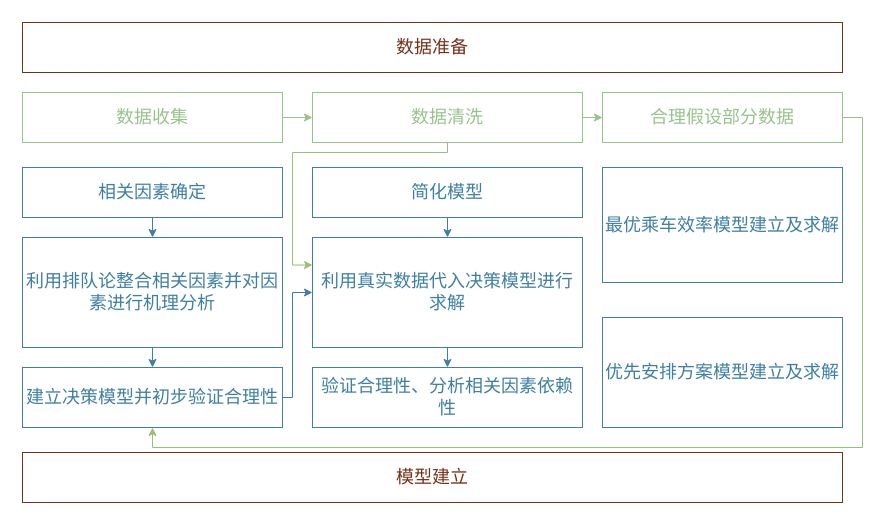
Earlier version of the draw.io diagram flowgraph/flow.drawio (RyunMi/Math-model-code). Source tidied: cells renumbered, new cells numbered last; positions are measured from the earlier drawing's top-left corner, leaving out a move shared by most shapes. Both pictures are drawn from the tidied source at 100%, with x=0, y=0 at pixel (22, 22).
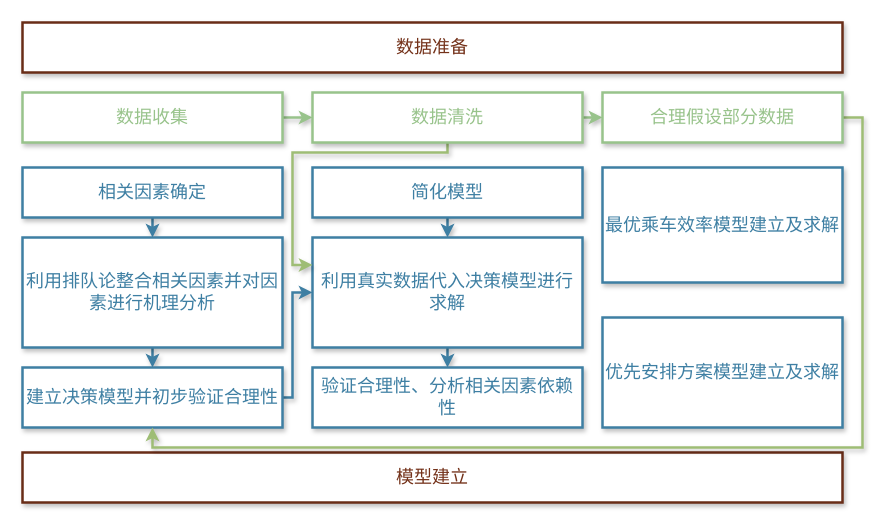
Above is the later version.

What changed in the source:
```diff
@@
-    <mxCell id="2" value="&lt;font color=&quot;#74321a&quot; style=&quot;font-size: 18px&quot;&gt;模型建立&lt;/font&gt;" style="rounded=0;whiteSpace=wrap;html=1;fillColor=#FFFFFF;strokeColor=#74321A;" parent="1" vertex="1">
+    <mxCell id="2" value="&lt;font color=&quot;#74321a&quot; style=&quot;font-size: 18px&quot;&gt;模型建立&lt;/font&gt;" style="rounded=0;whiteSpace=wrap;html=1;fillColor=#FFFFFF;strokeColor=#692D17;shadow=1;strokeWidth=2.5;" parent="1" vertex="1">
       <mxGeometry y="430" width="820" height="50" as="geometry" />
     </mxCell>
-    <mxCell id="3" style="edgeStyle=orthogonalEdgeStyle;rounded=0;jettySize=auto;html=1;exitX=0.5;exitY=1;exitDx=0;exitDy=0;entryX=0.5;entryY=0;entryDx=0;entryDy=0;strokeColor=#3E7FA3;" parent="1" edge="1" source="4" target="9">
+    <mxCell id="3" style="edgeStyle=orthogonalEdgeStyle;rounded=0;jettySize=auto;html=1;exitX=0.5;exitY=1;exitDx=0;exitDy=0;entryX=0.5;entryY=0;entryDx=0;entryDy=0;strokeColor=#3E7FA3;shadow=1;strokeWidth=2.5;" parent="1" edge="1" source="4" target="9">
       <mxGeometry relative="1" as="geometry" />
     </mxCell>
-    <mxCell id="4" value="&lt;font style=&quot;font-size: 18px&quot; color=&quot;#3e7fa3&quot;&gt;相关因素确定&lt;/font&gt;" style="rounded=0;whiteSpace=wrap;html=1;strokeColor=#3E7FA3;" parent="1" vertex="1">
+    <mxCell id="4" value="&lt;font style=&quot;font-size: 18px&quot; color=&quot;#3e7fa3&quot;&gt;相关因素确定&lt;/font&gt;" style="rounded=0;whiteSpace=wrap;html=1;strokeColor=#3E7FA3;shadow=1;strokeWidth=2.5;" parent="1" vertex="1">
       <mxGeometry y="145" width="260" height="50" as="geometry" />
     </mxCell>
-    <mxCell id="5" style="edgeStyle=orthogonalEdgeStyle;rounded=0;jettySize=auto;html=1;exitX=0.5;exitY=1;exitDx=0;exitDy=0;entryX=0.5;entryY=0;entryDx=0;entryDy=0;strokeColor=#3E7FA3;" parent="1" edge="1" source="6" target="13">
+    <mxCell id="5" style="edgeStyle=orthogonalEdgeStyle;rounded=0;jettySize=auto;html=1;exitX=0.5;exitY=1;exitDx=0;exitDy=0;entryX=0.5;entryY=0;entryDx=0;entryDy=0;strokeColor=#3E7FA3;shadow=1;strokeWidth=2.5;" parent="1" edge="1" source="6" target="13">
       <mxGeometry relative="1" as="geometry" />
     </mxCell>
-    <mxCell id="6" value="&lt;span style=&quot;color: rgb(62 , 127 , 163) ; font-family: &amp;#34;helvetica&amp;#34; ; font-size: 18px ; font-style: normal ; font-weight: 400 ; letter-spacing: normal ; text-align: center ; text-indent: 0px ; text-transform: none ; word-spacing: 0px ; background-color: rgb(255 , 255 , 255) ; display: inline ; float: none&quot;&gt;简化模型&lt;/span&gt;" style="rounded=0;whiteSpace=wrap;html=1;strokeColor=#3E7FA3;" parent="1" vertex="1">
+    <mxCell id="6" value="&lt;span style=&quot;color: rgb(62 , 127 , 163) ; font-family: &amp;#34;helvetica&amp;#34; ; font-size: 18px ; font-style: normal ; font-weight: 400 ; letter-spacing: normal ; text-align: center ; text-indent: 0px ; text-transform: none ; word-spacing: 0px ; background-color: rgb(255 , 255 , 255) ; display: inline ; float: none&quot;&gt;简化模型&lt;/span&gt;" style="rounded=0;whiteSpace=wrap;html=1;strokeColor=#3E7FA3;shadow=1;strokeWidth=2.5;" parent="1" vertex="1">
       <mxGeometry x="290" y="145" width="270" height="50" as="geometry" />
     </mxCell>
-    <mxCell id="7" value="&lt;span style=&quot;color: rgb(62 , 127 , 163) ; font-family: &amp;#34;helvetica&amp;#34; ; font-size: 18px ; font-style: normal ; font-weight: 400 ; letter-spacing: normal ; text-align: center ; text-indent: 0px ; text-transform: none ; word-spacing: 0px ; background-color: rgb(255 , 255 , 255) ; display: inline ; float: none&quot;&gt;最优乘车效率模型建立及求解&lt;/span&gt;" style="rounded=0;whiteSpace=wrap;html=1;strokeColor=#3E7FA3;" parent="1" vertex="1">
+    <mxCell id="7" value="&lt;span style=&quot;color: rgb(62 , 127 , 163) ; font-family: &amp;#34;helvetica&amp;#34; ; font-size: 18px ; font-style: normal ; font-weight: 400 ; letter-spacing: normal ; text-align: center ; text-indent: 0px ; text-transform: none ; word-spacing: 0px ; background-color: rgb(255 , 255 , 255) ; display: inline ; float: none&quot;&gt;最优乘车效率模型建立及求解&lt;/span&gt;" style="rounded=0;whiteSpace=wrap;html=1;strokeColor=#3E7FA3;shadow=1;strokeWidth=2.5;" parent="1" vertex="1">
       <mxGeometry x="580" y="145" width="240" height="115" as="geometry" />
     </mxCell>
-    <mxCell id="8" style="edgeStyle=orthogonalEdgeStyle;rounded=0;jettySize=auto;html=1;exitX=0.5;exitY=1;exitDx=0;exitDy=0;entryX=0.5;entryY=0;entryDx=0;entryDy=0;strokeColor=#3E7FA3;" parent="1" edge="1" source="9" target="11">
+    <mxCell id="8" style="edgeStyle=orthogonalEdgeStyle;rounded=0;jettySize=auto;html=1;exitX=0.5;exitY=1;exitDx=0;exitDy=0;entryX=0.5;entryY=0;entryDx=0;entryDy=0;strokeColor=#3E7FA3;shadow=1;strokeWidth=2.5;" parent="1" edge="1" source="9" target="11">
       <mxGeometry relative="1" as="geometry" />
     </mxCell>
-    <mxCell id="9" value="&lt;span style=&quot;color: rgb(62 , 127 , 163) ; font-family: &amp;#34;helvetica&amp;#34; ; font-size: 18px ; font-style: normal ; font-weight: 400 ; letter-spacing: normal ; text-align: center ; text-indent: 0px ; text-transform: none ; word-spacing: 0px ; background-color: rgb(255 , 255 , 255) ; display: inline ; float: none&quot;&gt;利用排队论整合相关因素并对因素进行机理分析&lt;/span&gt;" style="rounded=0;whiteSpace=wrap;html=1;strokeColor=#3E7FA3;" parent="1" vertex="1">
+    <mxCell id="9" value="&lt;span style=&quot;color: rgb(62 , 127 , 163) ; font-family: &amp;#34;helvetica&amp;#34; ; font-size: 18px ; font-style: normal ; font-weight: 400 ; letter-spacing: normal ; text-align: center ; text-indent: 0px ; text-transform: none ; word-spacing: 0px ; background-color: rgb(255 , 255 , 255) ; display: inline ; float: none&quot;&gt;利用排队论整合相关因素并对因素进行机理分析&lt;/span&gt;" style="rounded=0;whiteSpace=wrap;html=1;strokeColor=#3E7FA3;shadow=1;strokeWidth=2.5;" parent="1" vertex="1">
       <mxGeometry y="215" width="260" height="110" as="geometry" />
     </mxCell>
-    <mxCell id="10" style="edgeStyle=orthogonalEdgeStyle;rounded=0;jettySize=auto;html=1;exitX=1;exitY=0.5;exitDx=0;exitDy=0;entryX=0;entryY=0.5;entryDx=0;entryDy=0;strokeColor=#3E7FA3;fillColor=#3E7FA3;" parent="1" edge="1" source="11" target="13">
+    <mxCell id="10" style="edgeStyle=orthogonalEdgeStyle;rounded=0;jettySize=auto;html=1;exitX=1;exitY=0.5;exitDx=0;exitDy=0;entryX=0;entryY=0.5;entryDx=0;entryDy=0;strokeColor=#3E7FA3;fillColor=#3E7FA3;shadow=1;strokeWidth=2.5;" parent="1" edge="1" source="11" target="13">
       <mxGeometry relative="1" as="geometry">
         <Array as="points">
           <mxPoint x="270" y="375" />
           <mxPoint x="270" y="270" />
         </Array>
       </mxGeometry>
     </mxCell>
-    <mxCell id="11" value="&lt;span style=&quot;color: rgb(62 , 127 , 163) ; font-size: 18px&quot;&gt;建立决策模型并初步验证合理性&lt;/span&gt;" style="rounded=0;whiteSpace=wrap;html=1;strokeColor=#3E7FA3;" parent="1" vertex="1">
+    <mxCell id="11" value="&lt;span style=&quot;color: rgb(62 , 127 , 163) ; font-size: 18px&quot;&gt;建立决策模型并初步验证合理性&lt;/span&gt;" style="rounded=0;whiteSpace=wrap;html=1;strokeColor=#3E7FA3;shadow=1;strokeWidth=2.5;" parent="1" vertex="1">
       <mxGeometry y="345" width="260" height="60" as="geometry" />
     </mxCell>
-    <mxCell id="12" style="edgeStyle=orthogonalEdgeStyle;rounded=0;jettySize=auto;html=1;exitX=0.5;exitY=1;exitDx=0;exitDy=0;entryX=0.5;entryY=0;entryDx=0;entryDy=0;strokeColor=#3E7FA3;" parent="1" edge="1" source="13" target="14">
+    <mxCell id="12" style="edgeStyle=orthogonalEdgeStyle;rounded=0;jettySize=auto;html=1;exitX=0.5;exitY=1;exitDx=0;exitDy=0;entryX=0.5;entryY=0;entryDx=0;entryDy=0;strokeColor=#3E7FA3;shadow=1;strokeWidth=2.5;" parent="1" edge="1" source="13" target="14">
       <mxGeometry relative="1" as="geometry" />
     </mxCell>
-    <mxCell id="13" value="&lt;span style=&quot;color: rgb(62 , 127 , 163) ; font-size: 18px&quot;&gt;利用真实数据代入决策模型进行求解&lt;/span&gt;" style="rounded=0;whiteSpace=wrap;html=1;strokeColor=#3E7FA3;" parent="1" vertex="1">
+    <mxCell id="13" value="&lt;span style=&quot;color: rgb(62 , 127 , 163) ; font-size: 18px&quot;&gt;利用真实数据代入决策模型进行求解&lt;/span&gt;" style="rounded=0;whiteSpace=wrap;html=1;strokeColor=#3E7FA3;shadow=1;strokeWidth=2.5;" parent="1" vertex="1">
       <mxGeometry x="290" y="215" width="270" height="110" as="geometry" />
     </mxCell>
-    <mxCell id="14" value="&lt;span style=&quot;color: rgb(62 , 127 , 163) ; font-size: 18px&quot;&gt;验证合理性、分析相关因素依赖性&lt;/span&gt;" style="rounded=0;whiteSpace=wrap;html=1;strokeColor=#3E7FA3;" parent="1" vertex="1">
+    <mxCell id="14" value="&lt;span style=&quot;color: rgb(62 , 127 , 163) ; font-size: 18px&quot;&gt;验证合理性、分析相关因素依赖性&lt;/span&gt;" style="rounded=0;whiteSpace=wrap;html=1;strokeColor=#3E7FA3;shadow=1;strokeWidth=2.5;" parent="1" vertex="1">
       <mxGeometry x="290" y="345" width="270" height="60" as="geometry" />
     </mxCell>
-    <mxCell id="15" value="&lt;span style=&quot;color: rgb(62 , 127 , 163) ; font-family: &amp;#34;helvetica&amp;#34; ; font-size: 18px&quot;&gt;优先安排方案模型建立及求解&lt;/span&gt;" style="rounded=0;whiteSpace=wrap;html=1;strokeColor=#3E7FA3;" parent="1" vertex="1">
+    <mxCell id="15" value="&lt;span style=&quot;color: rgb(62 , 127 , 163) ; font-family: &amp;#34;helvetica&amp;#34; ; font-size: 18px&quot;&gt;优先安排方案模型建立及求解&lt;/span&gt;" style="rounded=0;whiteSpace=wrap;html=1;strokeColor=#3E7FA3;shadow=1;strokeWidth=2.5;" parent="1" vertex="1">
       <mxGeometry x="580" y="295" width="240" height="110" as="geometry" />
     </mxCell>
-    <mxCell id="16" value="&lt;font color=&quot;#74321a&quot;&gt;&lt;span style=&quot;font-size: 18px&quot;&gt;数据准备&lt;/span&gt;&lt;/font&gt;" style="rounded=0;whiteSpace=wrap;html=1;strokeColor=#74321A;" parent="1" vertex="1">
+    <mxCell id="16" value="&lt;font color=&quot;#74321a&quot;&gt;&lt;span style=&quot;font-size: 18px&quot;&gt;数据准备&lt;/span&gt;&lt;/font&gt;" style="rounded=0;whiteSpace=wrap;html=1;strokeColor=#692D17;shadow=1;strokeWidth=2.5;" parent="1" vertex="1">
       <mxGeometry width="820" height="50" as="geometry" />
     </mxCell>
-    <mxCell id="17" style="edgeStyle=orthogonalEdgeStyle;rounded=0;jettySize=auto;html=1;exitX=1;exitY=0.5;exitDx=0;exitDy=0;entryX=0;entryY=0.5;entryDx=0;entryDy=0;strokeColor=#98C38B;" parent="1" edge="1" source="18" target="21">
+    <mxCell id="17" style="edgeStyle=orthogonalEdgeStyle;rounded=0;jettySize=auto;html=1;exitX=1;exitY=0.5;exitDx=0;exitDy=0;entryX=0;entryY=0.5;entryDx=0;entryDy=0;strokeColor=#98C38B;shadow=1;strokeWidth=2.5;" parent="1" edge="1" source="18" target="21">
       <mxGeometry relative="1" as="geometry" />
     </mxCell>
-    <mxCell id="18" value="&lt;font color=&quot;#98c38b&quot;&gt;&lt;span style=&quot;font-size: 18px&quot;&gt;数据收集&lt;/span&gt;&lt;/font&gt;" style="rounded=0;whiteSpace=wrap;html=1;strokeColor=#98C38B;" parent="1" vertex="1">
+    <mxCell id="18" value="&lt;font color=&quot;#98c38b&quot;&gt;&lt;span style=&quot;font-size: 18px&quot;&gt;数据收集&lt;/span&gt;&lt;/font&gt;" style="rounded=0;whiteSpace=wrap;html=1;strokeColor=#98C38B;shadow=1;strokeWidth=2.5;" parent="1" vertex="1">
       <mxGeometry y="70" width="260" height="50" as="geometry" />
     </mxCell>
-    <mxCell id="19" style="edgeStyle=orthogonalEdgeStyle;rounded=0;jettySize=auto;html=1;exitX=1;exitY=0.5;exitDx=0;exitDy=0;entryX=0;entryY=0.5;entryDx=0;entryDy=0;strokeColor=#98C38B;" parent="1" edge="1" source="21" target="23">
+    <mxCell id="19" style="edgeStyle=orthogonalEdgeStyle;rounded=0;jettySize=auto;html=1;exitX=1;exitY=0.5;exitDx=0;exitDy=0;entryX=0;entryY=0.5;entryDx=0;entryDy=0;strokeColor=#98C38B;shadow=1;strokeWidth=2.5;" parent="1" edge="1" source="21" target="23">
       <mxGeometry relative="1" as="geometry" />
     </mxCell>
-    <mxCell id="20" style="edgeStyle=orthogonalEdgeStyle;rounded=0;jettySize=auto;html=1;exitX=0.5;exitY=1;exitDx=0;exitDy=0;entryX=0;entryY=0.25;entryDx=0;entryDy=0;strokeColor=#9EBD75;fillColor=#3E7FA3;" parent="1" edge="1" source="21" target="13">
+    <mxCell id="20" style="edgeStyle=orthogonalEdgeStyle;rounded=0;jettySize=auto;html=1;exitX=0.5;exitY=1;exitDx=0;exitDy=0;entryX=0;entryY=0.25;entryDx=0;entryDy=0;strokeColor=#9EBD75;fillColor=#3E7FA3;shadow=1;strokeWidth=2.5;" parent="1" edge="1" source="21" target="13">
       <mxGeometry relative="1" as="geometry">
         <Array as="points">
           <mxPoint x="425" y="130" />
           <mxPoint x="270" y="130" />
           <mxPoint x="270" y="243" />
         </Array>
       </mxGeometry>
     </mxCell>
-    <mxCell id="21" value="&lt;span style=&quot;color: rgb(152 , 195 , 139) ; font-size: 18px&quot;&gt;数据清洗&lt;/span&gt;" style="rounded=0;whiteSpace=wrap;html=1;strokeColor=#98C38B;" parent="1" vertex="1">
+    <mxCell id="21" value="&lt;span style=&quot;color: rgb(152 , 195 , 139) ; font-size: 18px&quot;&gt;数据清洗&lt;/span&gt;" style="rounded=0;whiteSpace=wrap;html=1;strokeColor=#98C38B;shadow=1;strokeWidth=2.5;" parent="1" vertex="1">
       <mxGeometry x="290" y="70" width="270" height="50" as="geometry" />
     </mxCell>
-    <mxCell id="22" style="edgeStyle=orthogonalEdgeStyle;rounded=0;jettySize=auto;html=1;exitX=1;exitY=0.5;exitDx=0;exitDy=0;entryX=0.5;entryY=1;entryDx=0;entryDy=0;strokeColor=#9EBD75;" parent="1" edge="1" source="23" target="11">
+    <mxCell id="22" style="edgeStyle=orthogonalEdgeStyle;rounded=0;jettySize=auto;html=1;exitX=1;exitY=0.5;exitDx=0;exitDy=0;entryX=0.5;entryY=1;entryDx=0;entryDy=0;strokeColor=#9EBD75;shadow=1;strokeWidth=2.5;" parent="1" edge="1" source="23" target="11">
       <mxGeometry relative="1" as="geometry" />
     </mxCell>
-    <mxCell id="23" value="&lt;span style=&quot;color: rgb(152 , 195 , 139) ; font-size: 18px&quot;&gt;合理假设部分数据&lt;/span&gt;" style="rounded=0;whiteSpace=wrap;html=1;strokeColor=#98C38B;" parent="1" vertex="1">
+    <mxCell id="23" value="&lt;span style=&quot;color: rgb(152 , 195 , 139) ; font-size: 18px&quot;&gt;合理假设部分数据&lt;/span&gt;" style="rounded=0;whiteSpace=wrap;html=1;strokeColor=#98C38B;shadow=1;strokeWidth=2.5;" parent="1" vertex="1">
       <mxGeometry x="580" y="70" width="240" height="50" as="geometry" />
     </mxCell>
```
